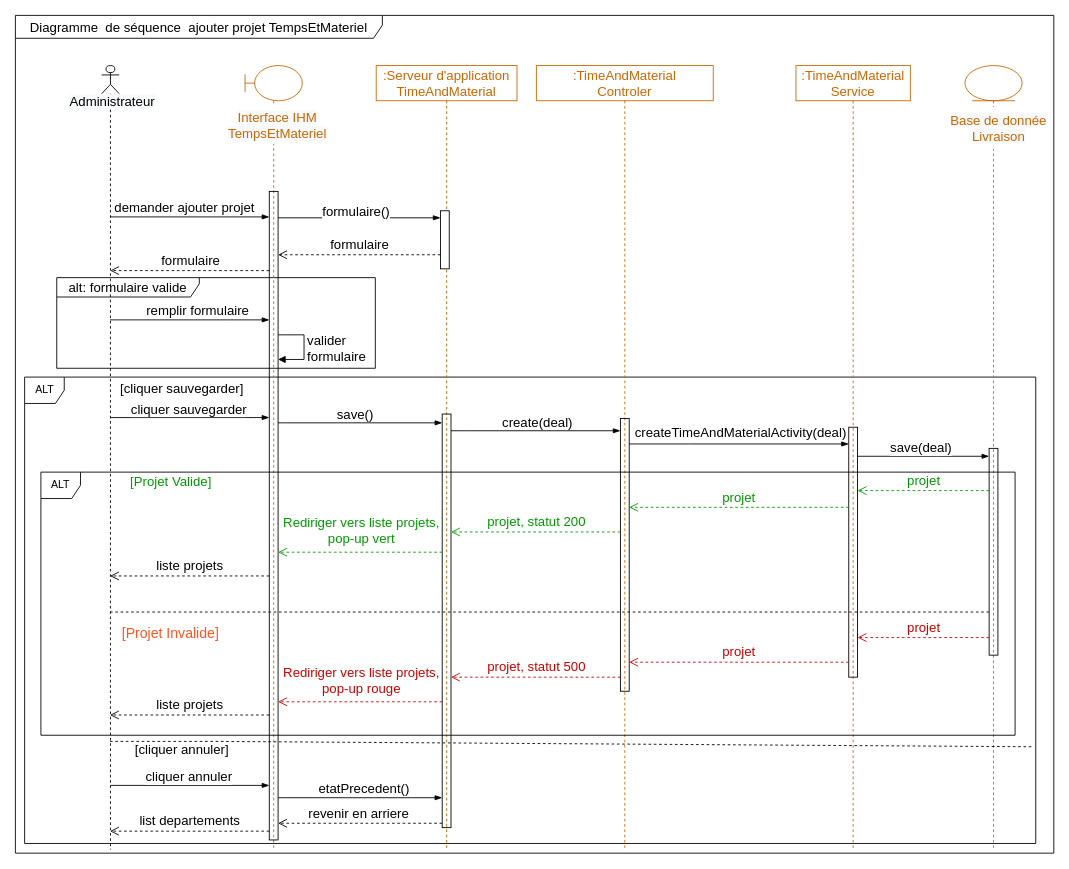
Before: Delivery/AddTimeAndMaterialProjectDiagrammeSequence.drawio in ZidiMedAmine/UML, a draw.io diagram. Source tidied: cells renumbered, new cells numbered last; positions are measured from the earlier drawing's top-left corner, leaving out a move shared by most shapes. Both pictures are drawn from the tidied source at 88%, with x=0, y=0 at pixel (15, 15).
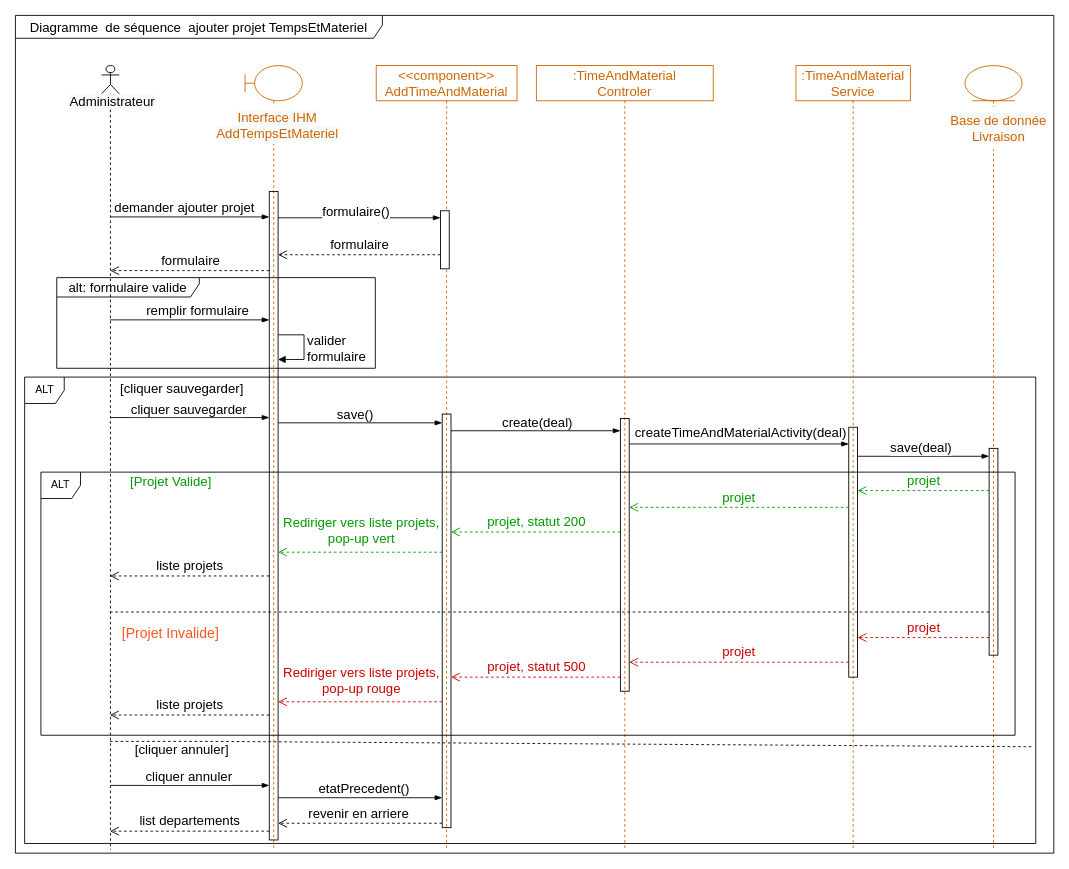
After the change.

Commit message:
Mettre à jour AddTimeAndMaterialProjectDiagrammeSequence.drawio

Unchanged cells that the change refers to:
```xml
<mxCell id="15" style="shape=umlLifeline;participant=umlBoundary;perimeter=lifelinePerimeter;whiteSpace=wrap;html=1;verticalAlign=top;spacingTop=36;rounded=0;shadow=0;glass=0;sketch=0;fontSize=15;fillColor=none;fontColor=#CC6600;strokeColor=#CC6600;" parent="1" vertex="1">
  <mxGeometry x="261" y="57" width="65" height="891" as="geometry" />
</mxCell>
```

Diff of the diagram source:
```diff
@@
-    <mxCell id="16" value="&lt;span style=&quot;font-family: Helvetica; font-size: 15px; font-style: normal; font-variant-ligatures: normal; font-variant-caps: normal; font-weight: 400; letter-spacing: normal; orphans: 2; text-indent: 0px; text-transform: none; widows: 2; word-spacing: 0px; -webkit-text-stroke-width: 0px; background-color: rgb(248, 249, 250); text-decoration-thickness: initial; text-decoration-style: initial; text-decoration-color: initial; float: none; display: inline !important;&quot;&gt;Interface IHM&lt;/span&gt;&lt;br style=&quot;font-family: Helvetica; font-size: 15px; font-style: normal; font-variant-ligatures: normal; font-variant-caps: normal; font-weight: 400; letter-spacing: normal; orphans: 2; text-indent: 0px; text-transform: none; widows: 2; word-spacing: 0px; -webkit-text-stroke-width: 0px; background-color: rgb(248, 249, 250); text-decoration-thickness: initial; text-decoration-style: initial; text-decoration-color: initial;&quot;&gt;&lt;span style=&quot;font-family: Helvetica; font-size: 15px; font-style: normal; font-variant-ligatures: normal; font-variant-caps: normal; font-weight: 400; letter-spacing: normal; orphans: 2; text-indent: 0px; text-transform: none; widows: 2; word-spacing: 0px; -webkit-text-stroke-width: 0px; background-color: rgb(248, 249, 250); text-decoration-thickness: initial; text-decoration-style: initial; text-decoration-color: initial; float: none; display: inline !important;&quot;&gt;TempsEtMateriel&lt;/span&gt;" style="text;whiteSpace=wrap;html=1;fontSize=15;align=center;fillColor=default;fontColor=#CC6600;" parent="15" vertex="1">
+    <mxCell id="16" value="&lt;span style=&quot;font-family: Helvetica; font-size: 15px; font-style: normal; font-variant-ligatures: normal; font-variant-caps: normal; font-weight: 400; letter-spacing: normal; orphans: 2; text-indent: 0px; text-transform: none; widows: 2; word-spacing: 0px; -webkit-text-stroke-width: 0px; background-color: rgb(248, 249, 250); text-decoration-thickness: initial; text-decoration-style: initial; text-decoration-color: initial; float: none; display: inline !important;&quot;&gt;Interface IHM&lt;/span&gt;&lt;br style=&quot;font-family: Helvetica; font-size: 15px; font-style: normal; font-variant-ligatures: normal; font-variant-caps: normal; font-weight: 400; letter-spacing: normal; orphans: 2; text-indent: 0px; text-transform: none; widows: 2; word-spacing: 0px; -webkit-text-stroke-width: 0px; background-color: rgb(248, 249, 250); text-decoration-thickness: initial; text-decoration-style: initial; text-decoration-color: initial;&quot;&gt;&lt;span style=&quot;font-family: Helvetica; font-size: 15px; font-style: normal; font-variant-ligatures: normal; font-variant-caps: normal; font-weight: 400; letter-spacing: normal; orphans: 2; text-indent: 0px; text-transform: none; widows: 2; word-spacing: 0px; -webkit-text-stroke-width: 0px; background-color: rgb(248, 249, 250); text-decoration-thickness: initial; text-decoration-style: initial; text-decoration-color: initial; float: none; display: inline !important;&quot;&gt;AddTempsEtMateriel&lt;/span&gt;" style="text;whiteSpace=wrap;html=1;fontSize=15;align=center;fillColor=default;fontColor=#CC6600;" parent="15" vertex="1">
       <mxGeometry x="-24" y="44" width="122" height="45" as="geometry" />
     </mxCell>
@@
-    <mxCell id="27" value=":Serveur d'application&lt;br&gt;TimeAndMaterial" style="shape=umlLifeline;perimeter=lifelinePerimeter;whiteSpace=wrap;html=1;rounded=0;shadow=0;glass=0;sketch=0;fillColor=none;fontSize=15;fontColor=#CC6600;strokeColor=#CC6600;" parent="1" vertex="1">
+    <mxCell id="27" value="&amp;lt;&amp;lt;component&amp;gt;&amp;gt;&lt;br&gt;AddTimeAndMaterial" style="shape=umlLifeline;perimeter=lifelinePerimeter;whiteSpace=wrap;html=1;rounded=0;shadow=0;glass=0;sketch=0;fillColor=none;fontSize=15;fontColor=#CC6600;strokeColor=#CC6600;" parent="1" vertex="1">
       <mxGeometry x="410" y="57" width="160" height="891" as="geometry" />
     </mxCell>
```
